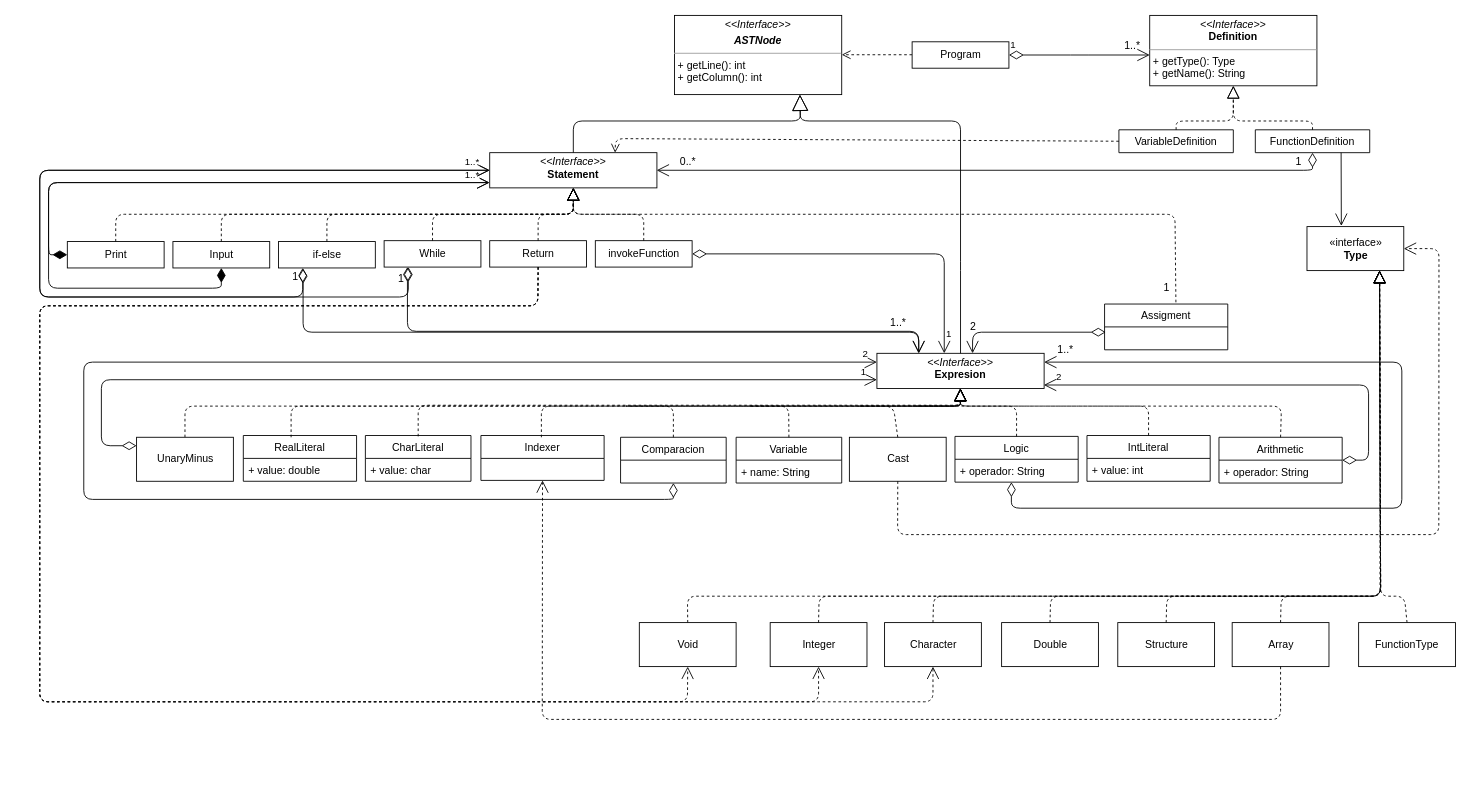
The draw.io diagram lab_01/DLP_lab01.drawio in marcosmatilla/Diseno-Lenguajes-Programacion, before the edit. Source tidied: cells renumbered, new cells numbered last; positions are measured from the earlier drawing's top-left corner, leaving out a move shared by most shapes. Both pictures are drawn from the tidied source at 88%, with x=0, y=0 at pixel (40, 15).
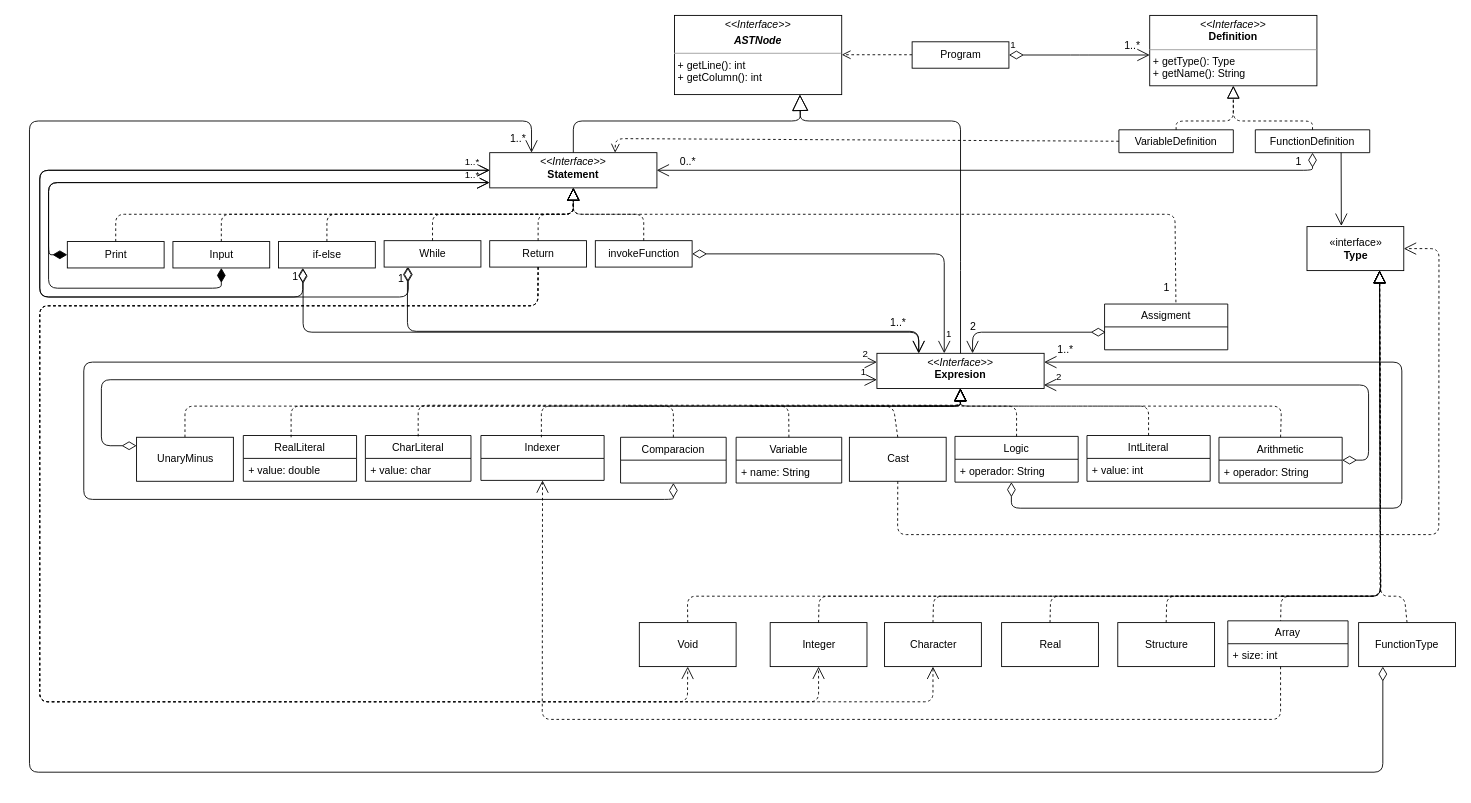
The same page after the edit.

Unchanged cells that the change refers to:
```xml
<mxCell id="10" value="&lt;p style=&quot;margin: 0px ; margin-top: 4px ; text-align: center&quot;&gt;&lt;i&gt;&amp;lt;&amp;lt;Interface&amp;gt;&amp;gt;&lt;/i&gt;&lt;br&gt;&lt;b&gt;Statement&lt;/b&gt;&lt;/p&gt;" style="verticalAlign=top;align=left;overflow=fill;fontSize=12;fontFamily=Helvetica;html=1;" parent="1" vertex="1">
  <mxGeometry x="511" y="156" width="190" height="40" as="geometry" />
</mxCell>
<mxCell id="21" value="«interface»&lt;br&gt;&lt;b&gt;Type&lt;/b&gt;" style="html=1;" parent="1" vertex="1">
  <mxGeometry x="1439.7" y="240" width="110" height="50" as="geometry" />
</mxCell>
<mxCell id="69" value="FunctionType" style="html=1;" parent="1" vertex="1">
  <mxGeometry x="1498.4" y="690" width="110" height="50" as="geometry" />
</mxCell>
<mxCell id="74" value="Indexer" style="swimlane;fontStyle=0;align=center;verticalAlign=top;horizontal=1;startSize=26;fillColor=#ffffff;strokeColor=#000000;" parent="1" vertex="1">
  <mxGeometry x="501" y="477.4" width="140" height="51" as="geometry" />
</mxCell>
```

What changed in the source:
```diff
@@
-    <mxCell id="53" value="Double" style="html=1;" parent="1" vertex="1">
+    <mxCell id="53" value="Real" style="html=1;" parent="1" vertex="1">
       <mxGeometry x="1092.7" y="690" width="110" height="50" as="geometry" />
     </mxCell>
@@
-    <mxCell id="55" value="Array" style="html=1;" parent="1" vertex="1">
-      <mxGeometry x="1354.7" y="690" width="110" height="50" as="geometry" />
-    </mxCell>
@@
-    <mxCell id="60" style="endArrow=block;dashed=1;endFill=0;endSize=12;html=1;entryX=0.75;entryY=1;entryDx=0;entryDy=0;exitX=0.5;exitY=0;exitDx=0;exitDy=0;" parent="1" edge="1" source="55" target="21">
+    <mxCell id="60" style="endArrow=block;dashed=1;endFill=0;endSize=12;html=1;entryX=0.75;entryY=1;entryDx=0;entryDy=0;exitX=0.5;exitY=0;exitDx=0;exitDy=0;" parent="1" edge="1" target="21">
       <mxGeometry relative="1" as="geometry">
+        <mxPoint x="1409.7" y="690" as="sourcePoint" />
         <Array as="points">
           <mxPoint x="1410.4" y="660" />
           <mxPoint x="1523.4" y="660" />
         </Array>
       </mxGeometry>
     </mxCell>
@@
-    <mxCell id="90" style="endArrow=open;endSize=12;dashed=1;html=1;entryX=0.5;entryY=1;entryDx=0;entryDy=0;exitX=0.5;exitY=1;exitDx=0;exitDy=0;" parent="1" edge="1" source="55" target="74">
+    <mxCell id="90" style="endArrow=open;endSize=12;dashed=1;html=1;entryX=0.5;entryY=1;entryDx=0;entryDy=0;exitX=0.5;exitY=1;exitDx=0;exitDy=0;" parent="1" edge="1" target="74">
       <mxGeometry y="20" relative="1" as="geometry">
+        <mxPoint x="1409.7" y="740" as="sourcePoint" />
         <Array as="points">
           <mxPoint x="1409.7" y="800" />
           <mxPoint x="570.7" y="800" />
         </Array>
       </mxGeometry>
     </mxCell>
@@
+    <mxCell id="99" style="endArrow=open;html=1;endSize=12;startArrow=diamondThin;startSize=14;startFill=0;edgeStyle=orthogonalEdgeStyle;align=left;verticalAlign=bottom;exitX=0.25;exitY=1;exitDx=0;exitDy=0;entryX=0.25;entryY=0;entryDx=0;entryDy=0;" parent="1" edge="1" source="69" target="10">
+      <mxGeometry x="-0.99" y="12" relative="1" as="geometry">
+        <Array as="points">
+          <mxPoint x="1526" y="860" />
+          <mxPoint x="-12" y="860" />
+          <mxPoint x="-12" y="120" />
+          <mxPoint x="558" y="120" />
+        </Array>
+      </mxGeometry>
+    </mxCell>
+    <mxCell id="100" value="1..*" style="text;html=1;align=center;verticalAlign=middle;" parent="1" vertex="1">
+      <mxGeometry x="528" y="130" width="30" height="20" as="geometry" />
+    </mxCell>
+    <mxCell id="55" value="Array" style="swimlane;fontStyle=0;align=center;verticalAlign=top;horizontal=1;startSize=26;" parent="1" vertex="1">
+      <mxGeometry x="1349.7" y="688" width="136.7" height="52" as="geometry" />
+    </mxCell>
+    <mxCell id="101" value="+ size: int" style="text;strokeColor=none;fillColor=none;align=left;verticalAlign=top;spacingLeft=4;spacingRight=4;overflow=hidden;" parent="55" vertex="1">
+      <mxGeometry y="26" width="136.7" height="26" as="geometry" />
+    </mxCell>
```
